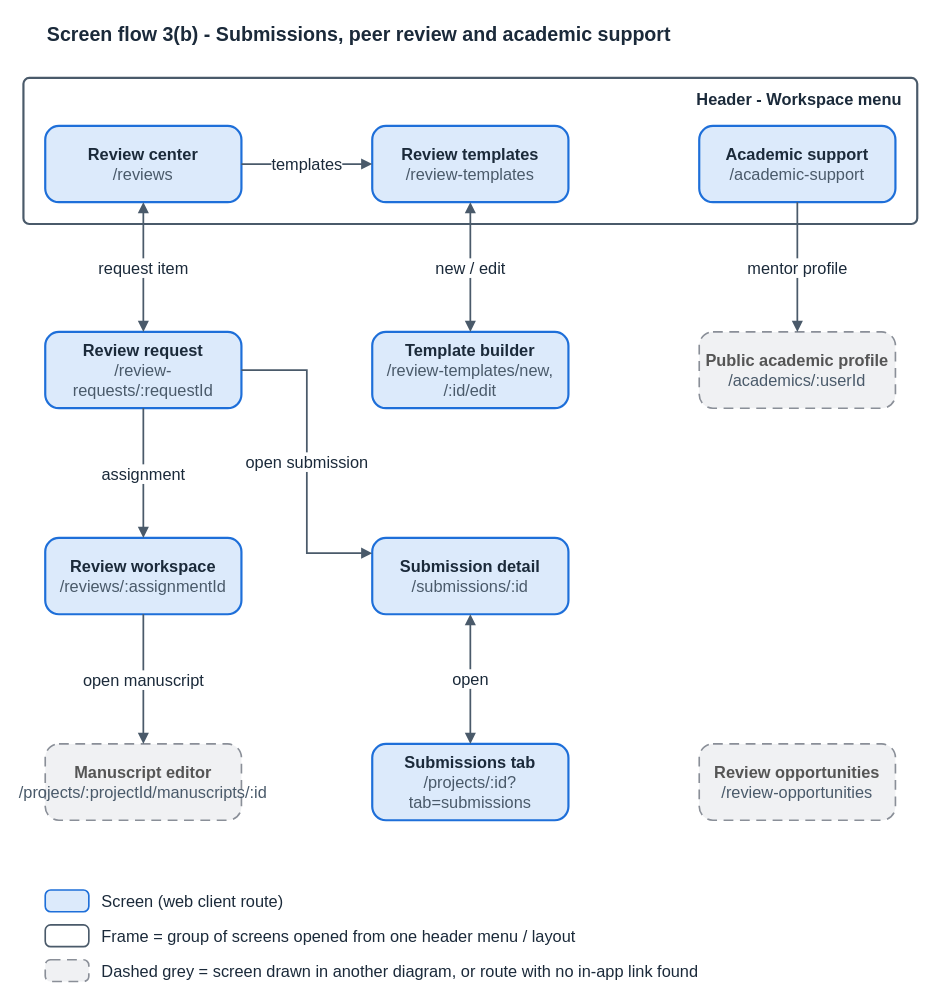
Above: docs/diagrams/report3/R3_ScreenFlow_3b_Submissions_Review.drawio in Khoa-Hoa-Technology-Solution-Company/lumi-gap (draw.io), before the change. Source tidied: cells renumbered, new cells numbered last; positions are measured from the earlier drawing's top-left corner, leaving out a move shared by most shapes. Both pictures are drawn from the tidied source at 109%, with x=0, y=0 at pixel (23, 19).
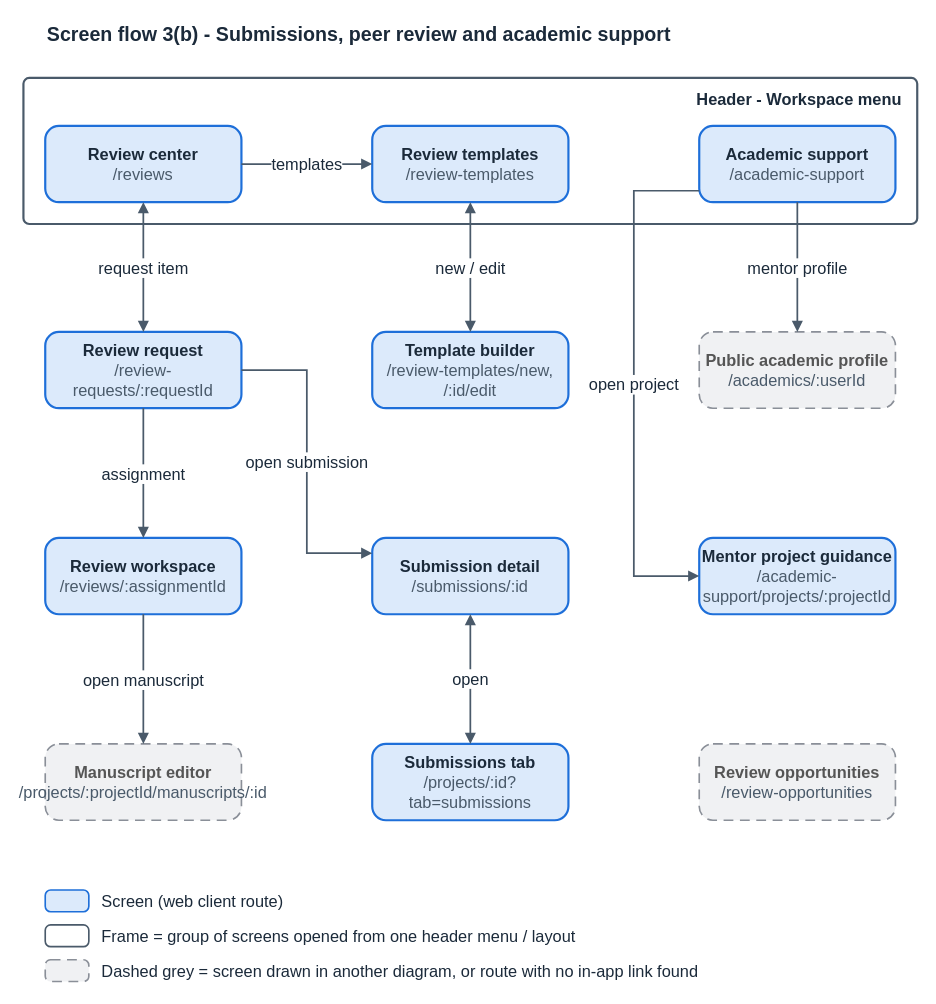
After the change.

Commit message (it also covers changes not shown here):
docs: update ERDs and screen flow 3(b) to main 016d562

Unchanged cells that the change refers to:
```xml
<mxCell id="5" value="&lt;b&gt;Academic support&lt;/b&gt;&lt;br&gt;&lt;font color=&quot;#4A5A6A&quot;&gt;/academic-support&lt;/font&gt;" style="rounded=1;arcSize=18;whiteSpace=wrap;html=1;fillColor=#DCEAFB;strokeColor=#1E6FD9;strokeWidth=2;fontSize=15;fontColor=#1B2A3A;" parent="1" vertex="1">
  <mxGeometry x="620" y="98" width="180" height="70" as="geometry" />
</mxCell>
```

What changed in the source:
```diff
@@
+    <mxCell id="29" value="&lt;b&gt;Mentor project guidance&lt;/b&gt;&lt;br&gt;&lt;font color=&quot;#4A5A6A&quot;&gt;/academic-support/projects/:projectId&lt;/font&gt;" style="rounded=1;arcSize=18;whiteSpace=wrap;html=1;fillColor=#DCEAFB;strokeColor=#1E6FD9;strokeWidth=2;fontSize=15;fontColor=#1B2A3A;" parent="1" vertex="1">
+      <mxGeometry x="620" y="476" width="180" height="70" as="geometry" />
+    </mxCell>
+    <mxCell id="30" value="open project" style="edgeStyle=orthogonalEdgeStyle;rounded=0;html=1;endArrow=block;endFill=1;strokeColor=#4A5A6A;strokeWidth=1.6;fontSize=15;fontColor=#1B2A3A;labelBackgroundColor=#FFFFFF;exitX=0;exitY=0.85;exitDx=0;exitDy=0;entryX=0;entryY=0.5;entryDx=0;entryDy=0;" parent="1" edge="1" source="5" target="29">
+      <mxGeometry relative="1" as="geometry">
+        <Array as="points">
+          <mxPoint x="560" y="158" />
+          <mxPoint x="560" y="511" />
+        </Array>
+      </mxGeometry>
+    </mxCell>
```
